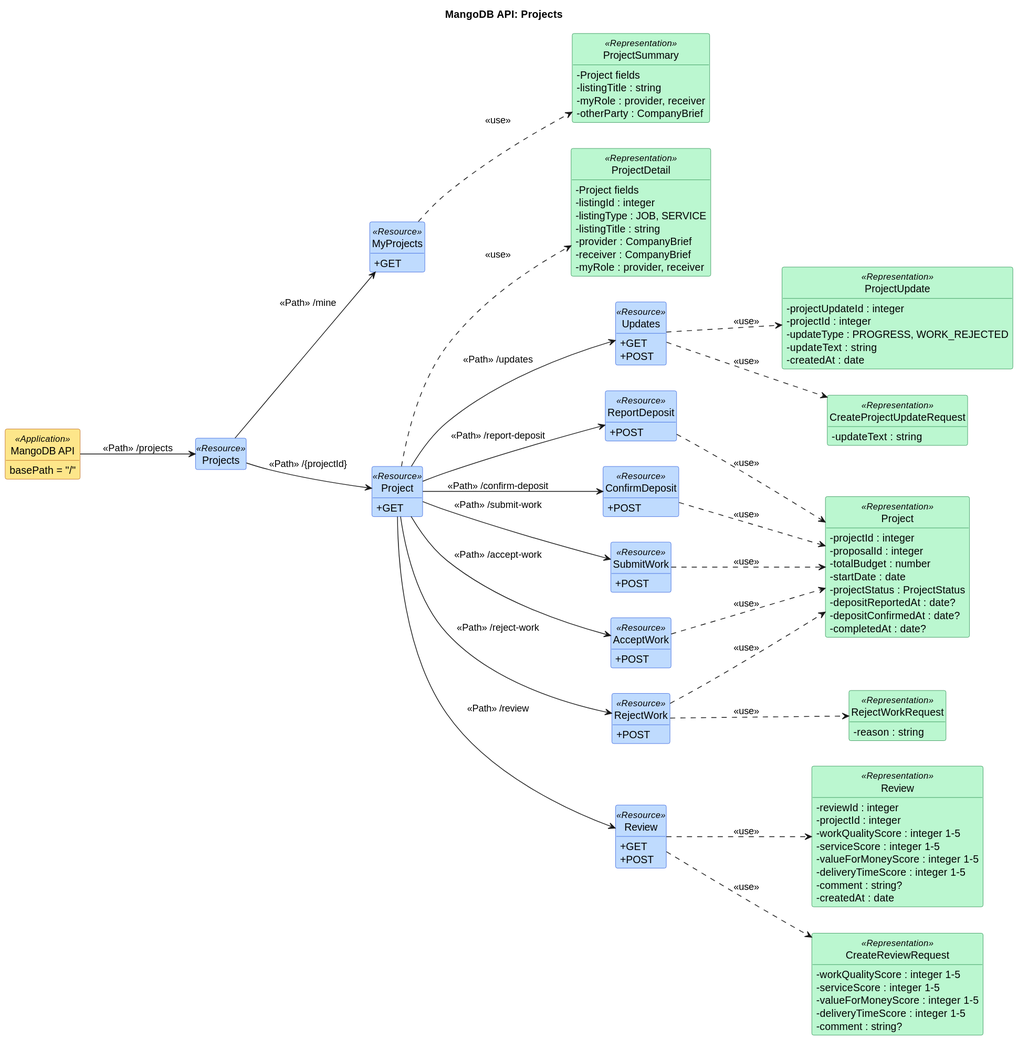
The PlantUML diagram docs/api/uml/projects.svg in taofuuu/MangoDB, before a commit.
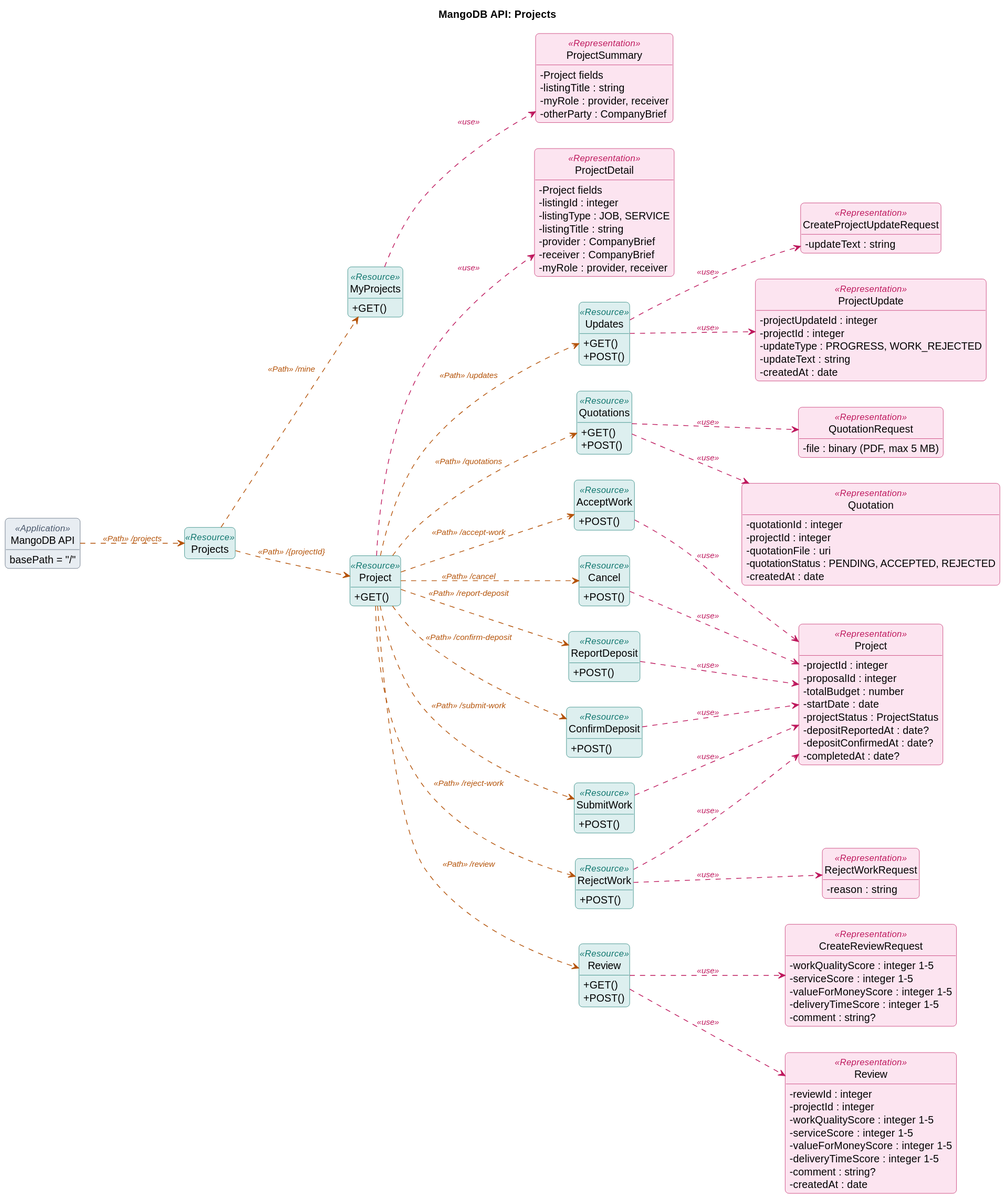
After the commit.

The edit, as a diff of the source:
```diff
@@ -3,13 +3,21 @@
 skinparam classAttributeIconSize 0
 hide circle
 hide empty members
+skinparam shadowing false
+skinparam roundcorner 10
+skinparam ClassFontStyle bold
+skinparam ClassAttributeFontStyle plain
+skinparam ArrowFontSize 11
 skinparam class {
-  BackgroundColor<<Application>> #FDE68A
-  BorderColor<<Application>> #B45309
-  BackgroundColor<<Resource>> #BFDBFE
-  BorderColor<<Resource>> #1D4ED8
-  BackgroundColor<<Representation>> #BBF7D0
-  BorderColor<<Representation>> #15803D
+  BackgroundColor<<Application>> #E8EDF2
+  BorderColor<<Application>> #475569
+  BackgroundColor<<Resource>> #DDEFEF
+  BorderColor<<Resource>> #0F766E
+  BackgroundColor<<Representation>> #FCE4F0
+  BorderColor<<Representation>> #BE185D
+  StereotypeFontColor<<Application>> #475569
+  StereotypeFontColor<<Resource>> #0F766E
+  StereotypeFontColor<<Representation>> #BE185D
 }
 title MangoDB API: Projects
 
@@ -18,33 +26,40 @@
 }
 class "Projects" as Projects <<Resource>>
 class "MyProjects" as MyProjects <<Resource>> {
-  + GET
+  + GET()
 }
 class "Project" as ProjectR <<Resource>> {
-  + GET
+  + GET()
 }
 class "Updates" as Updates <<Resource>> {
-  + GET
-  + POST
+  + GET()
+  + POST()
+}
+class "Quotations" as ProjectQuotations <<Resource>> {
+  + GET()
+  + POST()
+}
+class "Cancel" as Cancel <<Resource>> {
+  + POST()
 }
 class "ReportDeposit" as ReportDeposit <<Resource>> {
-  + POST
+  + POST()
 }
 class "ConfirmDeposit" as ConfirmDeposit <<Resource>> {
-  + POST
+  + POST()
 }
 class "SubmitWork" as SubmitWork <<Resource>> {
-  + POST
+  + POST()
 }
 class "RejectWork" as RejectWork <<Resource>> {
-  + POST
+  + POST()
 }
 class "AcceptWork" as AcceptWork <<Resource>> {
-  + POST
+  + POST()
 }
 class "Review" as ReviewR <<Resource>> {
-  + GET
-  + POST
+  + GET()
+  + POST()
 }
 class "ProjectSummary" as ProjectSummaryRep <<Representation>> {
   -Project fields
@@ -81,6 +96,16 @@
   -depositConfirmedAt : date?
   -completedAt : date?
 }
+class "Quotation" as QuotationRep <<Representation>> {
+  -quotationId : integer
+  -projectId : integer
+  -quotationFile : uri
+  -quotationStatus : PENDING, ACCEPTED, REJECTED
+  -createdAt : date
+}
+class "QuotationRequest" as QuotationRequestRep <<Representation>> {
+  -file : binary (PDF, max 5 MB)
+}
 class "RejectWorkRequest" as RejectWorkRequestRep <<Representation>> {
   -reason : string
 }
@@ -102,26 +127,31 @@
   -comment : string?
 }
 
-API --> Projects : <<Path>> /projects
-Projects --> MyProjects : <<Path>> /mine
-MyProjects ..> ProjectSummaryRep : <<use>>
-Projects --> ProjectR : <<Path>> /{projectId}
-ProjectR ..> ProjectDetailRep : <<use>>
-ProjectR --> Updates : <<Path>> /updates
-Updates ..> ProjectUpdateRep : <<use>>
-Updates ..> CreateProjectUpdateRequestRep : <<use>>
-ProjectR --> ReportDeposit : <<Path>> /report-deposit
-ReportDeposit ..> ProjectRep : <<use>>
-ProjectR --> ConfirmDeposit : <<Path>> /confirm-deposit
-ConfirmDeposit ..> ProjectRep : <<use>>
-ProjectR --> SubmitWork : <<Path>> /submit-work
-SubmitWork ..> ProjectRep : <<use>>
-ProjectR --> RejectWork : <<Path>> /reject-work
-RejectWork ..> RejectWorkRequestRep : <<use>>
-RejectWork ..> ProjectRep : <<use>>
-ProjectR --> AcceptWork : <<Path>> /accept-work
-AcceptWork ..> ProjectRep : <<use>>
-ProjectR --> ReviewR : <<Path>> /review
-ReviewR ..> ReviewRep : <<use>>
-ReviewR ..> CreateReviewRequestRep : <<use>>
+API -[#B45309,dashed]-> Projects : <i><color:#B45309>«Path» /projects</color></i>
+Projects -[#B45309,dashed]-> MyProjects : <i><color:#B45309>«Path» /mine</color></i>
+MyProjects -[#BE185D,dashed]-> ProjectSummaryRep : <i><color:#BE185D>«use»</color></i>
+Projects -[#B45309,dashed]-> ProjectR : <i><color:#B45309>«Path» /{projectId}</color></i>
+ProjectR -[#BE185D,dashed]-> ProjectDetailRep : <i><color:#BE185D>«use»</color></i>
+ProjectR -[#B45309,dashed]-> Updates : <i><color:#B45309>«Path» /updates</color></i>
+Updates -[#BE185D,dashed]-> ProjectUpdateRep : <i><color:#BE185D>«use»</color></i>
+Updates -[#BE185D,dashed]-> CreateProjectUpdateRequestRep : <i><color:#BE185D>«use»</color></i>
+ProjectR -[#B45309,dashed]-> ProjectQuotations : <i><color:#B45309>«Path» /quotations</color></i>
+ProjectQuotations -[#BE185D,dashed]-> QuotationRep : <i><color:#BE185D>«use»</color></i>
+ProjectQuotations -[#BE185D,dashed]-> QuotationRequestRep : <i><color:#BE185D>«use»</color></i>
+ProjectR -[#B45309,dashed]-> Cancel : <i><color:#B45309>«Path» /cancel</color></i>
+Cancel -[#BE185D,dashed]-> ProjectRep : <i><color:#BE185D>«use»</color></i>
+ProjectR -[#B45309,dashed]-> ReportDeposit : <i><color:#B45309>«Path» /report-deposit</color></i>
+ReportDeposit -[#BE185D,dashed]-> ProjectRep : <i><color:#BE185D>«use»</color></i>
+ProjectR -[#B45309,dashed]-> ConfirmDeposit : <i><color:#B45309>«Path» /confirm-deposit</color></i>
+ConfirmDeposit -[#BE185D,dashed]-> ProjectRep : <i><color:#BE185D>«use»</color></i>
+ProjectR -[#B45309,dashed]-> SubmitWork : <i><color:#B45309>«Path» /submit-work</color></i>
+SubmitWork -[#BE185D,dashed]-> ProjectRep : <i><color:#BE185D>«use»</color></i>
+ProjectR -[#B45309,dashed]-> RejectWork : <i><color:#B45309>«Path» /reject-work</color></i>
+RejectWork -[#BE185D,dashed]-> RejectWorkRequestRep : <i><color:#BE185D>«use»</color></i>
+RejectWork -[#BE185D,dashed]-> ProjectRep : <i><color:#BE185D>«use»</color></i>
+ProjectR -[#B45309,dashed]-> AcceptWork : <i><color:#B45309>«Path» /accept-work</color></i>
+AcceptWork -[#BE185D,dashed]-> ProjectRep : <i><color:#BE185D>«use»</color></i>
+ProjectR -[#B45309,dashed]-> ReviewR : <i><color:#B45309>«Path» /review</color></i>
+ReviewR -[#BE185D,dashed]-> ReviewRep : <i><color:#BE185D>«use»</color></i>
+ReviewR -[#BE185D,dashed]-> CreateReviewRequestRep : <i><color:#BE185D>«use»</color></i>
 @enduml
```
